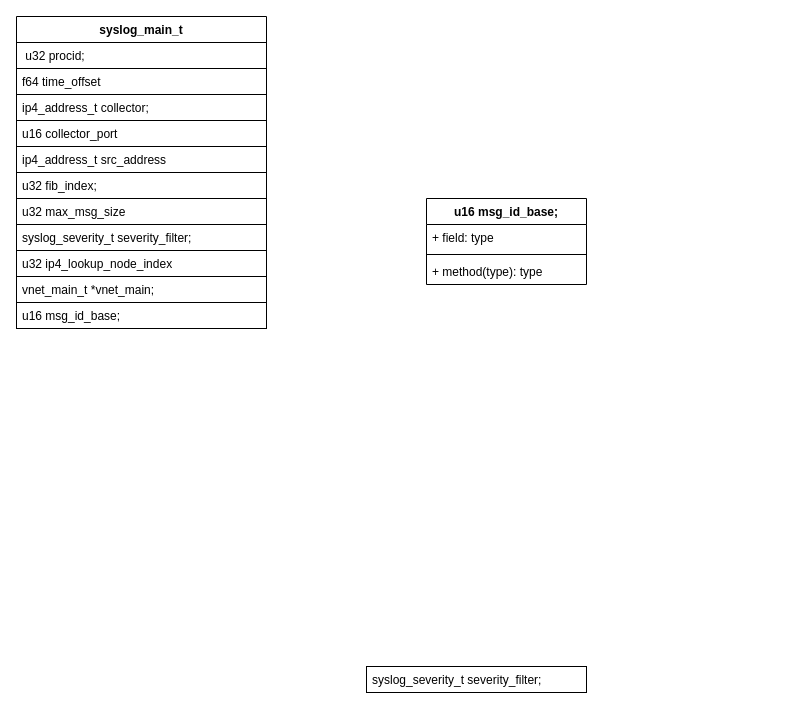
Above: new_map/syslog.drawio in jin13417/dpdk-vpp-learning (draw.io), before the change. Source tidied: cells renumbered, new cells numbered last; positions are measured from the earlier drawing's top-left corner, leaving out a move shared by most shapes. Both pictures are drawn from the tidied source at 100%, with x=0, y=0 at pixel (16, 16).
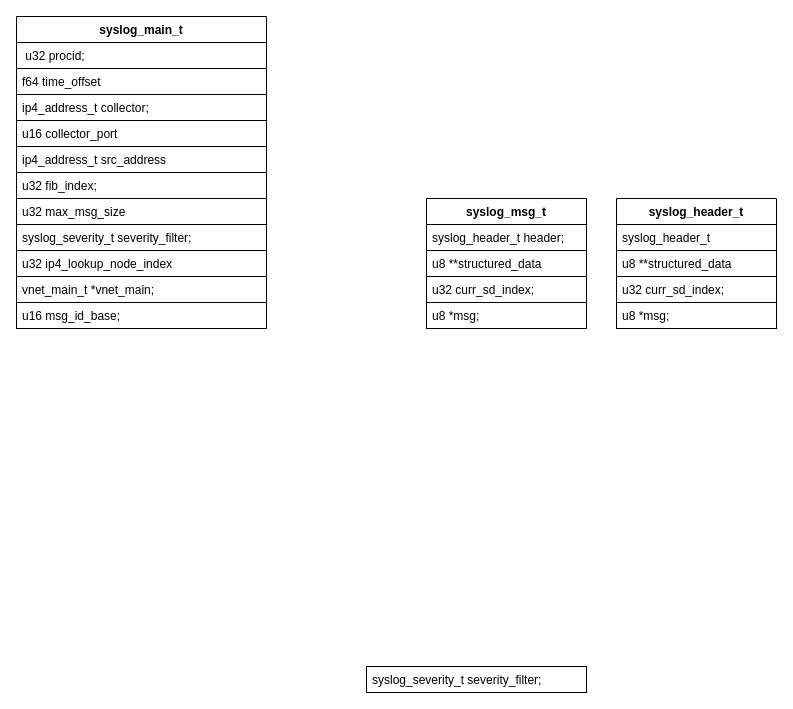
The same page after the edit.

The edit, as a diff of the source:
```diff
@@
-    <mxCell id="15" value="u16 msg_id_base;" style="swimlane;fontStyle=1;align=center;verticalAlign=top;horizontal=1;startSize=26;strokeColor=default;" parent="1" vertex="1">
-      <mxGeometry x="410" y="182" width="160" height="86" as="geometry" />
+    <mxCell id="15" value="syslog_msg_t" style="swimlane;fontStyle=1;align=center;verticalAlign=top;horizontal=1;startSize=26;strokeColor=default;" parent="1" vertex="1">
+      <mxGeometry x="410" y="182" width="160" height="130" as="geometry" />
     </mxCell>
-    <mxCell id="16" value="+ field: type" style="text;strokeColor=none;fillColor=none;align=left;verticalAlign=top;spacingLeft=4;spacingRight=4;overflow=hidden;" parent="15" vertex="1">
+    <mxCell id="16" value="syslog_header_t header;" style="text;strokeColor=default;fillColor=none;align=left;verticalAlign=top;spacingLeft=4;spacingRight=4;overflow=hidden;" parent="15" vertex="1">
       <mxGeometry y="26" width="160" height="26" as="geometry" />
     </mxCell>
-    <mxCell id="17" style="line;strokeWidth=1;fillColor=none;align=left;verticalAlign=middle;spacingTop=-1;spacingLeft=3;spacingRight=3;labelPosition=right;strokeColor=inherit;" parent="15" vertex="1">
-      <mxGeometry y="52" width="160" height="8" as="geometry" />
-    </mxCell>
-    <mxCell id="18" value="+ method(type): type" style="text;strokeColor=none;fillColor=none;align=left;verticalAlign=top;spacingLeft=4;spacingRight=4;overflow=hidden;" parent="15" vertex="1">
-      <mxGeometry y="60" width="160" height="26" as="geometry" />
+    <mxCell id="18" value="u8 **structured_data" style="text;strokeColor=default;fillColor=none;align=left;verticalAlign=top;spacingLeft=4;spacingRight=4;overflow=hidden;" parent="15" vertex="1">
+      <mxGeometry y="52" width="160" height="26" as="geometry" />
     </mxCell>
+    <mxCell id="19" value="u32 curr_sd_index;" style="text;strokeColor=default;fillColor=none;align=left;verticalAlign=top;spacingLeft=4;spacingRight=4;overflow=hidden;" parent="15" vertex="1">
+      <mxGeometry y="78" width="160" height="26" as="geometry" />
+    </mxCell>
+    <mxCell id="20" value="u8 *msg;" style="text;strokeColor=default;fillColor=none;align=left;verticalAlign=top;spacingLeft=4;spacingRight=4;overflow=hidden;" parent="15" vertex="1">
+      <mxGeometry y="104" width="160" height="26" as="geometry" />
+    </mxCell>
+    <mxCell id="21" value="syslog_header_t" style="swimlane;fontStyle=1;align=center;verticalAlign=top;horizontal=1;startSize=26;strokeColor=default;" parent="1" vertex="1">
+      <mxGeometry x="600" y="182" width="160" height="130" as="geometry" />
+    </mxCell>
+    <mxCell id="22" value="syslog_header_t" style="text;strokeColor=default;fillColor=none;align=left;verticalAlign=top;spacingLeft=4;spacingRight=4;overflow=hidden;" parent="21" vertex="1">
+      <mxGeometry y="26" width="160" height="26" as="geometry" />
+    </mxCell>
+    <mxCell id="23" value="u8 **structured_data" style="text;strokeColor=default;fillColor=none;align=left;verticalAlign=top;spacingLeft=4;spacingRight=4;overflow=hidden;" parent="21" vertex="1">
+      <mxGeometry y="52" width="160" height="26" as="geometry" />
+    </mxCell>
+    <mxCell id="24" value="u32 curr_sd_index;" style="text;strokeColor=default;fillColor=none;align=left;verticalAlign=top;spacingLeft=4;spacingRight=4;overflow=hidden;" parent="21" vertex="1">
+      <mxGeometry y="78" width="160" height="26" as="geometry" />
+    </mxCell>
+    <mxCell id="25" value="u8 *msg;" style="text;strokeColor=default;fillColor=none;align=left;verticalAlign=top;spacingLeft=4;spacingRight=4;overflow=hidden;" parent="21" vertex="1">
+      <mxGeometry y="104" width="160" height="26" as="geometry" />
+    </mxCell>
```
